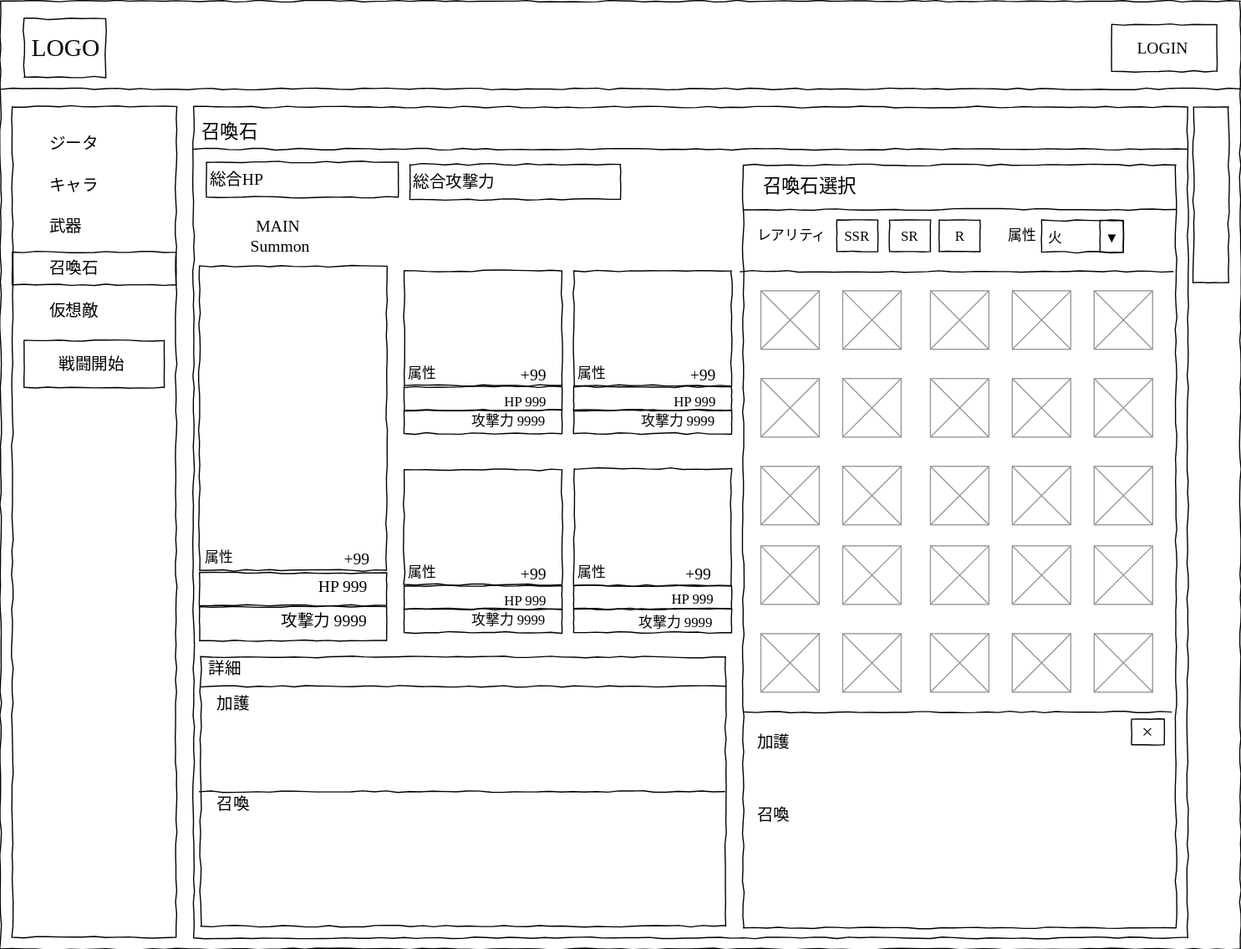
The draw.io diagram doc/ViewDesign/SummonViewDesign.svg in hituzi-exe/grbl_battle_simulator, before a commit. Source tidied: cells renumbered, new cells last; positions are measured from the earlier drawing's top-left corner, leaving out a move shared by most shapes.
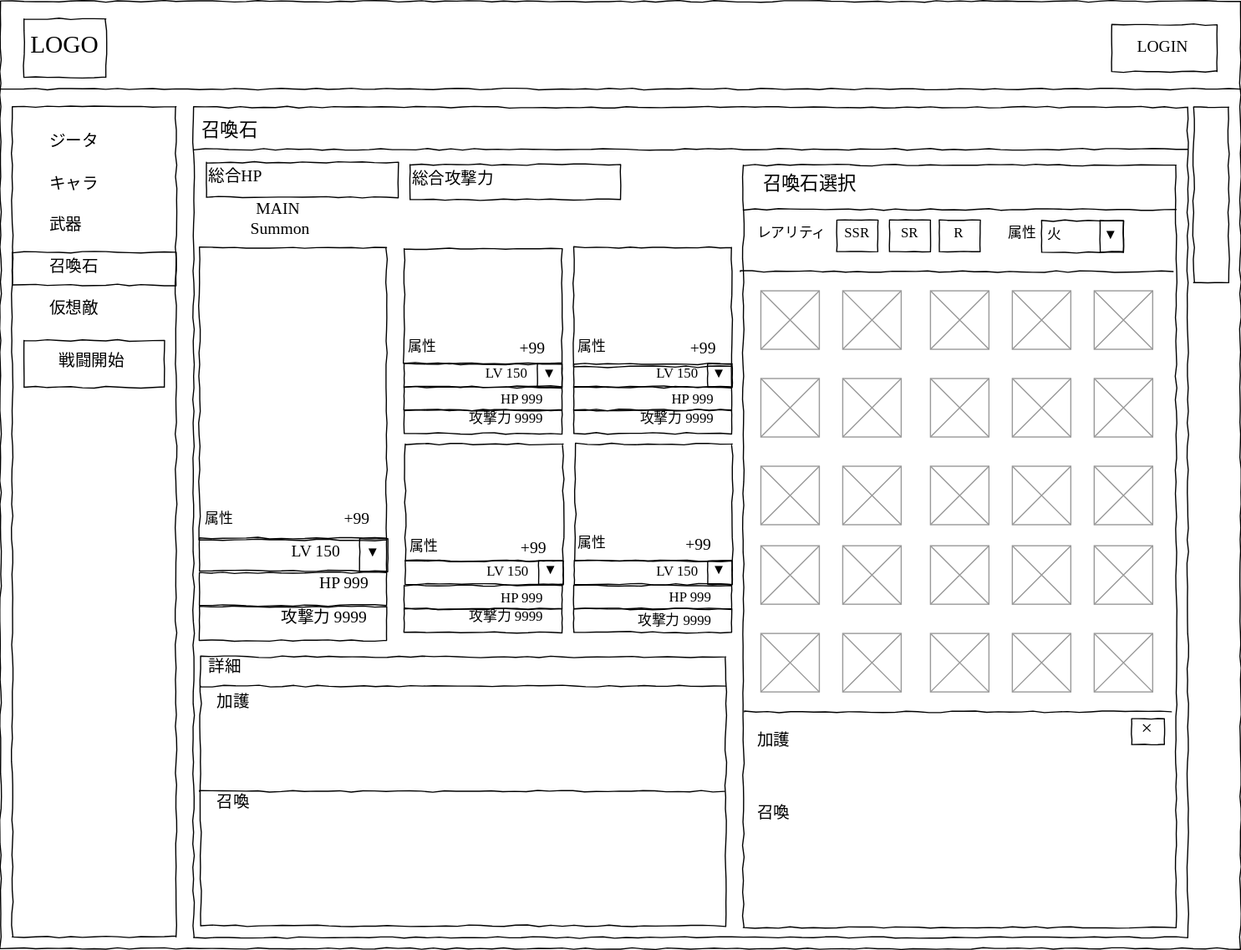
Later version of the same file.

Commit message:
add Level input box for SummonViewDesign

The edit, as a diff of the source:
```diff
@@ -57,19 +57,19 @@
       <mxGeometry x="1020" y="90" width="30" height="150" as="geometry" />
     </mxCell>
     <mxCell id="20" style="whiteSpace=wrap;html=1;rounded=0;shadow=0;labelBackgroundColor=none;strokeColor=#000000;strokeWidth=1;fillColor=none;fontFamily=Verdana;fontSize=12;fontColor=#000000;align=center;comic=1;" parent="1" vertex="1">
-      <mxGeometry x="170" y="226" width="160" height="260" as="geometry" />
+      <mxGeometry x="170" y="210" width="160" height="250" as="geometry" />
     </mxCell>
     <mxCell id="21" style="whiteSpace=wrap;html=1;rounded=0;shadow=0;labelBackgroundColor=none;strokeColor=#000000;strokeWidth=1;fillColor=none;fontFamily=Verdana;fontSize=12;fontColor=#000000;align=center;comic=1;" parent="1" vertex="1">
-      <mxGeometry x="345" y="400" width="135" height="98" as="geometry" />
+      <mxGeometry x="346" y="378" width="135" height="100" as="geometry" />
     </mxCell>
     <mxCell id="22" style="whiteSpace=wrap;html=1;rounded=0;shadow=0;labelBackgroundColor=none;strokeColor=#000000;strokeWidth=1;fillColor=none;fontFamily=Verdana;fontSize=12;fontColor=#000000;align=center;comic=1;" parent="1" vertex="1">
-      <mxGeometry x="490.5" y="399" width="134" height="100" as="geometry" />
+      <mxGeometry x="491.5" y="378" width="134" height="100" as="geometry" />
     </mxCell>
     <mxCell id="23" value="&lt;div style=&quot;text-align: right&quot;&gt;&lt;span&gt;+99&lt;/span&gt;&lt;/div&gt;" style="text;html=1;align=right;verticalAlign=top;spacingTop=-4;fontSize=14;fontFamily=Verdana;fontColor=#000000;" parent="1" vertex="1">
-      <mxGeometry x="235" y="465.5" width="90" height="20" as="geometry" />
+      <mxGeometry x="235" y="434.5" width="90" height="20" as="geometry" />
     </mxCell>
     <mxCell id="24" value="MAIN&amp;nbsp;&lt;br&gt;Summon&lt;br&gt;" style="text;html=1;align=center;verticalAlign=top;spacingTop=-4;fontSize=14;fontFamily=Verdana;fontColor=#000000;" parent="1" vertex="1">
-      <mxGeometry x="208" y="182" width="74" height="37" as="geometry" />
+      <mxGeometry x="208" y="168.5" width="74" height="37" as="geometry" />
     </mxCell>
     <mxCell id="25" style="whiteSpace=wrap;html=1;rounded=0;shadow=0;labelBackgroundColor=none;strokeColor=#000000;strokeWidth=1;fillColor=none;fontFamily=Verdana;fontSize=12;fontColor=#000000;align=center;comic=1;" parent="1" vertex="1">
       <mxGeometry x="345" y="519" width="135" height="20" as="geometry" />
@@ -96,10 +96,10 @@
       <mxGeometry x="546" y="501" width="73" height="20" as="geometry" />
     </mxCell>
     <mxCell id="33" value="&lt;div style=&quot;text-align: right&quot;&gt;&lt;span&gt;+99&lt;/span&gt;&lt;/div&gt;" style="text;html=1;align=right;verticalAlign=top;spacingTop=-4;fontSize=14;fontFamily=Verdana;fontColor=#000000;" parent="1" vertex="1">
-      <mxGeometry x="385.5" y="479" width="90" height="20" as="geometry" />
+      <mxGeometry x="386.5" y="459" width="90" height="20" as="geometry" />
     </mxCell>
     <mxCell id="34" value="&lt;div style=&quot;text-align: right&quot;&gt;&lt;span&gt;+99&lt;/span&gt;&lt;/div&gt;" style="text;html=1;align=right;verticalAlign=top;spacingTop=-4;fontSize=14;fontFamily=Verdana;fontColor=#000000;" parent="1" vertex="1">
-      <mxGeometry x="527" y="479" width="90" height="20" as="geometry" />
+      <mxGeometry x="527" y="456" width="90" height="20" as="geometry" />
     </mxCell>
     <mxCell id="35" value="&lt;div style=&quot;text-align: left; font-size: 14px;&quot;&gt;&lt;span style=&quot;font-size: 14px;&quot;&gt;総合HP&lt;/span&gt;&lt;/div&gt;" style="whiteSpace=wrap;html=1;rounded=0;shadow=0;labelBackgroundColor=none;strokeColor=#000000;strokeWidth=1;fillColor=none;fontFamily=Verdana;fontSize=14;fontColor=#000000;align=left;comic=1;" parent="1" vertex="1">
       <mxGeometry x="176" y="137" width="164" height="30" as="geometry" />
@@ -246,10 +246,10 @@
       <mxGeometry x="414.5" y="331.5" width="61" height="20" as="geometry" />
     </mxCell>
     <mxCell id="83" value="&lt;div style=&quot;text-align: right&quot;&gt;&lt;span&gt;+99&lt;/span&gt;&lt;/div&gt;" style="text;html=1;align=right;verticalAlign=top;spacingTop=-4;fontSize=14;fontFamily=Verdana;fontColor=#000000;" parent="1" vertex="1">
-      <mxGeometry x="385.5" y="309" width="90" height="20" as="geometry" />
+      <mxGeometry x="385.5" y="287.5" width="90" height="20" as="geometry" />
     </mxCell>
     <mxCell id="84" style="whiteSpace=wrap;html=1;rounded=0;shadow=0;labelBackgroundColor=none;strokeColor=#000000;strokeWidth=1;fillColor=none;fontFamily=Verdana;fontSize=12;fontColor=#000000;align=center;comic=1;" parent="1" vertex="1">
-      <mxGeometry x="345" y="230" width="135" height="98" as="geometry" />
+      <mxGeometry x="345" y="211" width="135" height="98" as="geometry" />
     </mxCell>
     <mxCell id="85" style="whiteSpace=wrap;html=1;rounded=0;shadow=0;labelBackgroundColor=none;strokeColor=#000000;strokeWidth=1;fillColor=none;fontFamily=Verdana;fontSize=12;fontColor=#000000;align=center;comic=1;" parent="1" vertex="1">
       <mxGeometry x="345" y="329" width="135" height="20" as="geometry" />
@@ -264,10 +264,10 @@
       <mxGeometry x="559.5" y="331.5" width="61" height="20" as="geometry" />
     </mxCell>
     <mxCell id="89" value="&lt;div style=&quot;text-align: right&quot;&gt;&lt;span&gt;+99&lt;/span&gt;&lt;/div&gt;" style="text;html=1;align=right;verticalAlign=top;spacingTop=-4;fontSize=14;fontFamily=Verdana;fontColor=#000000;" parent="1" vertex="1">
-      <mxGeometry x="530.5" y="309" width="90" height="20" as="geometry" />
+      <mxGeometry x="530.5" y="287.5" width="90" height="20" as="geometry" />
     </mxCell>
     <mxCell id="90" style="whiteSpace=wrap;html=1;rounded=0;shadow=0;labelBackgroundColor=none;strokeColor=#000000;strokeWidth=1;fillColor=none;fontFamily=Verdana;fontSize=12;fontColor=#000000;align=center;comic=1;" parent="1" vertex="1">
-      <mxGeometry x="490" y="230" width="135" height="98" as="geometry" />
+      <mxGeometry x="490" y="210" width="135" height="102" as="geometry" />
     </mxCell>
     <mxCell id="91" style="whiteSpace=wrap;html=1;rounded=0;shadow=0;labelBackgroundColor=none;strokeColor=#000000;strokeWidth=1;fillColor=none;fontFamily=Verdana;fontSize=12;fontColor=#000000;align=center;comic=1;" parent="1" vertex="1">
       <mxGeometry x="490" y="329" width="135" height="20" as="geometry" />
@@ -294,19 +294,64 @@
       <mxGeometry x="183" y="676" width="170" height="20" as="geometry" />
     </mxCell>
     <mxCell id="99" value="属性" style="text;html=1;align=right;verticalAlign=top;spacingTop=-4;fontSize=12;fontFamily=Verdana;fontColor=#000000;" parent="1" vertex="1">
-      <mxGeometry x="345" y="308" width="30" height="20" as="geometry" />
+      <mxGeometry x="345" y="286.5" width="30" height="20" as="geometry" />
     </mxCell>
     <mxCell id="100" value="属性" style="text;html=1;align=right;verticalAlign=top;spacingTop=-4;fontSize=12;fontFamily=Verdana;fontColor=#000000;" parent="1" vertex="1">
-      <mxGeometry x="490" y="308" width="30" height="20" as="geometry" />
+      <mxGeometry x="490" y="286.5" width="30" height="20" as="geometry" />
     </mxCell>
     <mxCell id="101" value="属性" style="text;html=1;align=right;verticalAlign=top;spacingTop=-4;fontSize=12;fontFamily=Verdana;fontColor=#000000;" parent="1" vertex="1">
-      <mxGeometry x="490" y="478" width="30" height="20" as="geometry" />
+      <mxGeometry x="490" y="455" width="30" height="20" as="geometry" />
     </mxCell>
     <mxCell id="102" value="属性" style="text;html=1;align=right;verticalAlign=top;spacingTop=-4;fontSize=12;fontFamily=Verdana;fontColor=#000000;" parent="1" vertex="1">
-      <mxGeometry x="345" y="478" width="30" height="20" as="geometry" />
+      <mxGeometry x="346" y="458" width="30" height="20" as="geometry" />
     </mxCell>
     <mxCell id="103" value="属性" style="text;html=1;align=right;verticalAlign=top;spacingTop=-4;fontSize=12;fontFamily=Verdana;fontColor=#000000;" parent="1" vertex="1">
-      <mxGeometry x="171" y="465" width="30" height="20" as="geometry" />
+      <mxGeometry x="171" y="434" width="30" height="20" as="geometry" />
     </mxCell>
+    <mxCell id="104" style="whiteSpace=wrap;html=1;rounded=0;shadow=0;labelBackgroundColor=none;strokeColor=#000000;strokeWidth=1;fillColor=none;fontFamily=Verdana;fontSize=12;fontColor=#000000;align=center;comic=1;" parent="1" vertex="1">
+      <mxGeometry x="170" y="458.5" width="160" height="28" as="geometry" />
+    </mxCell>
+    <mxCell id="105" value="LV 150" style="text;html=1;align=right;verticalAlign=top;spacingTop=-4;fontSize=14;fontFamily=Verdana;fontColor=#000000;" parent="1" vertex="1">
+      <mxGeometry x="210" y="461.5" width="90" height="20" as="geometry" />
+    </mxCell>
+    <mxCell id="106" style="whiteSpace=wrap;html=1;rounded=0;shadow=0;labelBackgroundColor=none;strokeColor=#000000;strokeWidth=1;fillColor=none;fontFamily=Verdana;fontSize=12;fontColor=#000000;align=center;comic=1;" parent="1" vertex="1">
+      <mxGeometry x="346" y="478" width="135" height="20" as="geometry" />
+    </mxCell>
+    <mxCell id="107" value="▼" style="whiteSpace=wrap;html=1;rounded=0;shadow=0;labelBackgroundColor=none;strokeColor=#000000;strokeWidth=1;fillColor=none;fontFamily=Verdana;fontSize=12;fontColor=#000000;align=center;comic=1;" parent="1" vertex="1">
+      <mxGeometry x="307" y="459" width="24" height="28" as="geometry" />
+    </mxCell>
+    <mxCell id="108" value="LV 150" style="text;html=1;align=right;verticalAlign=top;spacingTop=-4;fontSize=12;fontFamily=Verdana;fontColor=#000000;" parent="1" vertex="1">
+      <mxGeometry x="399" y="479" width="61" height="20" as="geometry" />
+    </mxCell>
+    <mxCell id="109" value="▼" style="whiteSpace=wrap;html=1;rounded=0;shadow=0;labelBackgroundColor=none;strokeColor=#000000;strokeWidth=1;fillColor=none;fontFamily=Verdana;fontSize=12;fontColor=#000000;align=center;comic=1;" parent="1" vertex="1">
+      <mxGeometry x="460" y="478" width="21" height="20" as="geometry" />
+    </mxCell>
+    <mxCell id="110" value="▼" style="whiteSpace=wrap;html=1;rounded=0;shadow=0;labelBackgroundColor=none;strokeColor=#000000;strokeWidth=1;fillColor=none;fontFamily=Verdana;fontSize=12;fontColor=#000000;align=center;comic=1;" parent="1" vertex="1">
+      <mxGeometry x="604.5" y="478" width="21" height="20" as="geometry" />
+    </mxCell>
+    <mxCell id="111" value="LV 150" style="text;html=1;align=right;verticalAlign=top;spacingTop=-4;fontSize=12;fontFamily=Verdana;fontColor=#000000;" parent="1" vertex="1">
+      <mxGeometry x="543.5" y="479" width="61" height="20" as="geometry" />
+    </mxCell>
+    <mxCell id="112" style="whiteSpace=wrap;html=1;rounded=0;shadow=0;labelBackgroundColor=none;strokeColor=#000000;strokeWidth=1;fillColor=none;fontFamily=Verdana;fontSize=12;fontColor=#000000;align=center;comic=1;" parent="1" vertex="1">
+      <mxGeometry x="490.5" y="478" width="135" height="20" as="geometry" />
+    </mxCell>
+    <mxCell id="113" value="▼" style="whiteSpace=wrap;html=1;rounded=0;shadow=0;labelBackgroundColor=none;strokeColor=#000000;strokeWidth=1;fillColor=none;fontFamily=Verdana;fontSize=12;fontColor=#000000;align=center;comic=1;" parent="1" vertex="1">
+      <mxGeometry x="604.5" y="309.5" width="21" height="20" as="geometry" />
+    </mxCell>
+    <mxCell id="114" value="LV 150" style="text;html=1;align=right;verticalAlign=top;spacingTop=-4;fontSize=12;fontFamily=Verdana;fontColor=#000000;" parent="1" vertex="1">
+      <mxGeometry x="543.5" y="310.5" width="61" height="20" as="geometry" />
+    </mxCell>
+    <mxCell id="115" style="whiteSpace=wrap;html=1;rounded=0;shadow=0;labelBackgroundColor=none;strokeColor=#000000;strokeWidth=1;fillColor=none;fontFamily=Verdana;fontSize=12;fontColor=#000000;align=center;comic=1;" parent="1" vertex="1">
+      <mxGeometry x="490" y="309.5" width="135" height="20" as="geometry" />
+    </mxCell>
+    <mxCell id="116" value="▼" style="whiteSpace=wrap;html=1;rounded=0;shadow=0;labelBackgroundColor=none;strokeColor=#000000;strokeWidth=1;fillColor=none;fontFamily=Verdana;fontSize=12;fontColor=#000000;align=center;comic=1;" parent="1" vertex="1">
+      <mxGeometry x="459" y="309.5" width="21" height="20" as="geometry" />
+    </mxCell>
+    <mxCell id="117" value="LV 150" style="text;html=1;align=right;verticalAlign=top;spacingTop=-4;fontSize=12;fontFamily=Verdana;fontColor=#000000;" parent="1" vertex="1">
+      <mxGeometry x="398" y="310.5" width="61" height="20" as="geometry" />
+    </mxCell>
+    <mxCell id="118" style="whiteSpace=wrap;html=1;rounded=0;shadow=0;labelBackgroundColor=none;strokeColor=#000000;strokeWidth=1;fillColor=none;fontFamily=Verdana;fontSize=12;fontColor=#000000;align=center;comic=1;" parent="1" vertex="1">
+      <mxGeometry x="345" y="309.5" width="135" height="20" as="geometry" />
+    </mxCell>
   </root>
 </mxGraphModel>
```
